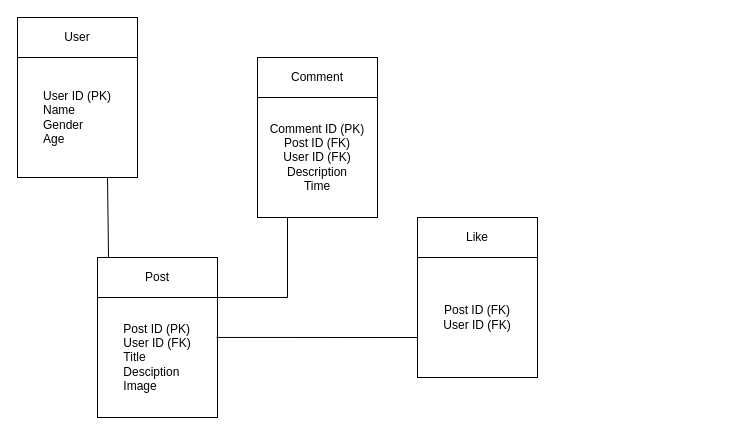
This is page "logical-model" (1 of 2) of Module8/exercise-1/exercise-1.drawio from wilkofm/iod--2024, a draw.io file, before an edit. Source tidied: cells renumbered, new cells numbered last; positions are measured from the earlier drawing's top-left corner, leaving out a move shared by most shapes. Both pictures are drawn from the tidied source at 100%, with x=0, y=0 at pixel (17, 17).
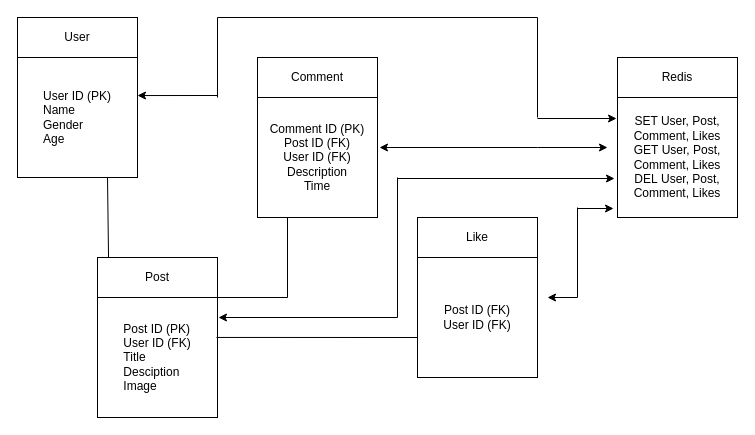
The same page after the edit.

Unchanged cells that the change refers to:
```xml
<mxCell id="3" value="&lt;div style=&quot;text-align: justify;&quot;&gt;&lt;span style=&quot;background-color: initial;&quot;&gt;User ID (PK)&lt;/span&gt;&lt;/div&gt;&lt;div style=&quot;text-align: justify;&quot;&gt;Name&lt;/div&gt;&lt;div style=&quot;text-align: justify;&quot;&gt;Gender&lt;/div&gt;&lt;div style=&quot;text-align: justify;&quot;&gt;Age&lt;/div&gt;" style="whiteSpace=wrap;html=1;" parent="1" vertex="1">
  <mxGeometry y="40" width="120" height="120" as="geometry" />
</mxCell>
```

Diff of the diagram source:
```diff
@@
+    <mxCell id="15" value="Redis" style="rounded=0;whiteSpace=wrap;html=1;" parent="1" vertex="1">
+      <mxGeometry x="600" y="40" width="120" height="40" as="geometry" />
+    </mxCell>
+    <mxCell id="16" value="SET User, Post,&lt;div&gt;Comment, Likes&lt;br&gt;&lt;div&gt;&lt;span style=&quot;background-color: initial;&quot;&gt;GET&lt;/span&gt;&lt;span style=&quot;background-color: initial;&quot;&gt;&amp;nbsp;User, Post,&lt;/span&gt;&lt;/div&gt;&lt;div&gt;&lt;span style=&quot;background-color: initial;&quot;&gt;Comment, Likes&lt;/span&gt;&lt;/div&gt;&lt;div&gt;&lt;span style=&quot;background-color: initial;&quot;&gt;DEL&lt;/span&gt;&lt;span style=&quot;background-color: initial;&quot;&gt;&amp;nbsp;User, Post, Comment, Likes&lt;/span&gt;&lt;/div&gt;&lt;/div&gt;" style="whiteSpace=wrap;html=1;" parent="1" vertex="1">
+      <mxGeometry x="600" y="80" width="120" height="120" as="geometry" />
+    </mxCell>
+    <mxCell id="17" style="endArrow=classic;html=1;rounded=0;" parent="1" edge="1">
+      <mxGeometry relative="1" as="geometry">
+        <mxPoint x="520" y="130" as="sourcePoint" />
+        <mxPoint x="362" y="130" as="targetPoint" />
+      </mxGeometry>
+    </mxCell>
+    <mxCell id="18" style="endArrow=classic;html=1;rounded=0;entryX=1;entryY=0.317;entryDx=0;entryDy=0;entryPerimeter=0;" parent="1" edge="1" target="3">
+      <mxGeometry relative="1" as="geometry">
+        <mxPoint x="200" y="78" as="sourcePoint" />
+      </mxGeometry>
+    </mxCell>
+    <mxCell id="19" style="endArrow=none;html=1;rounded=0;" parent="1" edge="1">
+      <mxGeometry relative="1" as="geometry">
+        <mxPoint x="380" y="300" as="sourcePoint" />
+        <mxPoint x="380" y="160" as="targetPoint" />
+      </mxGeometry>
+    </mxCell>
+    <mxCell id="20" style="endArrow=classic;html=1;rounded=0;" parent="1" edge="1">
+      <mxGeometry relative="1" as="geometry">
+        <mxPoint x="380" y="300" as="sourcePoint" />
+        <mxPoint x="201" y="300" as="targetPoint" />
+      </mxGeometry>
+    </mxCell>
+    <mxCell id="21" style="endArrow=none;html=1;rounded=0;" parent="1" edge="1">
+      <mxGeometry relative="1" as="geometry">
+        <mxPoint x="200" y="80" as="sourcePoint" />
+        <mxPoint x="200" as="targetPoint" />
+      </mxGeometry>
+    </mxCell>
+    <mxCell id="22" style="endArrow=none;html=1;rounded=0;" parent="1" edge="1">
+      <mxGeometry relative="1" as="geometry">
+        <mxPoint x="200" as="sourcePoint" />
+        <mxPoint x="520" as="targetPoint" />
+      </mxGeometry>
+    </mxCell>
+    <mxCell id="23" style="endArrow=none;html=1;rounded=0;" parent="1" edge="1">
+      <mxGeometry relative="1" as="geometry">
+        <mxPoint x="520" y="100" as="sourcePoint" />
+        <mxPoint x="520" as="targetPoint" />
+      </mxGeometry>
+    </mxCell>
+    <mxCell id="24" style="endArrow=classic;html=1;rounded=0;entryX=-0.008;entryY=0.175;entryDx=0;entryDy=0;entryPerimeter=0;" parent="1" edge="1" target="16">
+      <mxGeometry relative="1" as="geometry">
+        <mxPoint x="520" y="101" as="sourcePoint" />
+      </mxGeometry>
+    </mxCell>
+    <mxCell id="25" style="endArrow=classic;html=1;rounded=0;" parent="1" edge="1">
+      <mxGeometry relative="1" as="geometry">
+        <mxPoint x="520" y="130" as="sourcePoint" />
+        <mxPoint x="590" y="130" as="targetPoint" />
+      </mxGeometry>
+    </mxCell>
+    <mxCell id="26" style="endArrow=classic;html=1;rounded=0;entryX=-0.025;entryY=0.675;entryDx=0;entryDy=0;entryPerimeter=0;" parent="1" edge="1" target="16">
+      <mxGeometry relative="1" as="geometry">
+        <mxPoint x="380" y="161" as="sourcePoint" />
+      </mxGeometry>
+    </mxCell>
+    <mxCell id="27" style="endArrow=classic;html=1;rounded=0;entryX=-0.033;entryY=0.925;entryDx=0;entryDy=0;entryPerimeter=0;" parent="1" edge="1" target="16">
+      <mxGeometry relative="1" as="geometry">
+        <mxPoint x="560" y="191" as="sourcePoint" />
+      </mxGeometry>
+    </mxCell>
+    <mxCell id="28" style="endArrow=none;html=1;rounded=0;" parent="1" edge="1">
+      <mxGeometry relative="1" as="geometry">
+        <mxPoint x="560" y="280" as="sourcePoint" />
+        <mxPoint x="560" y="190" as="targetPoint" />
+      </mxGeometry>
+    </mxCell>
+    <mxCell id="29" style="endArrow=classic;html=1;rounded=0;" parent="1" edge="1">
+      <mxGeometry relative="1" as="geometry">
+        <mxPoint x="560" y="280" as="sourcePoint" />
+        <mxPoint x="530" y="280" as="targetPoint" />
+      </mxGeometry>
+    </mxCell>
```
